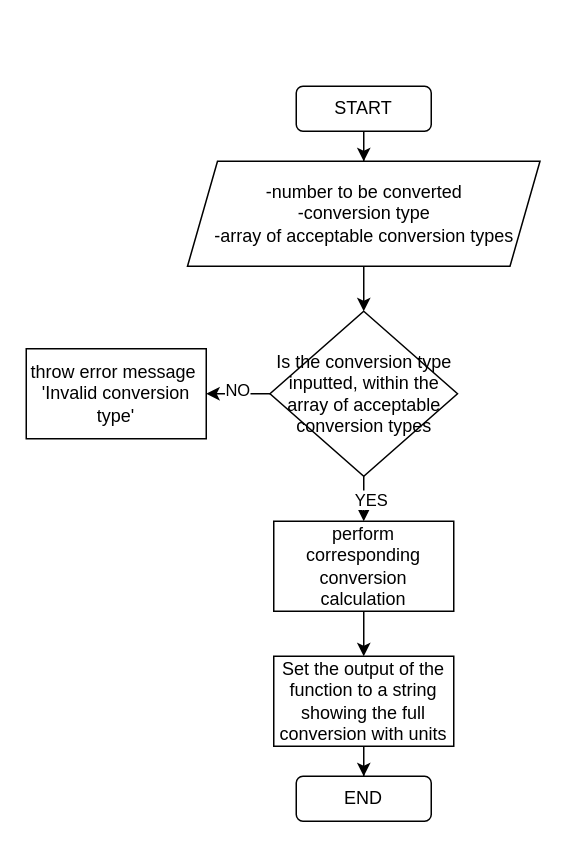
ShhhhTheBaby/draw.io keeps this draw.io diagram as unitconverterFunction.drawio. Above is the earlier version. Source tidied: cells renumbered, new cells numbered last; positions are measured from the earlier drawing's top-left corner, leaving out a move shared by most shapes. Both pictures are drawn from the tidied source at 150%, with x=0, y=0 at pixel (26, 86).
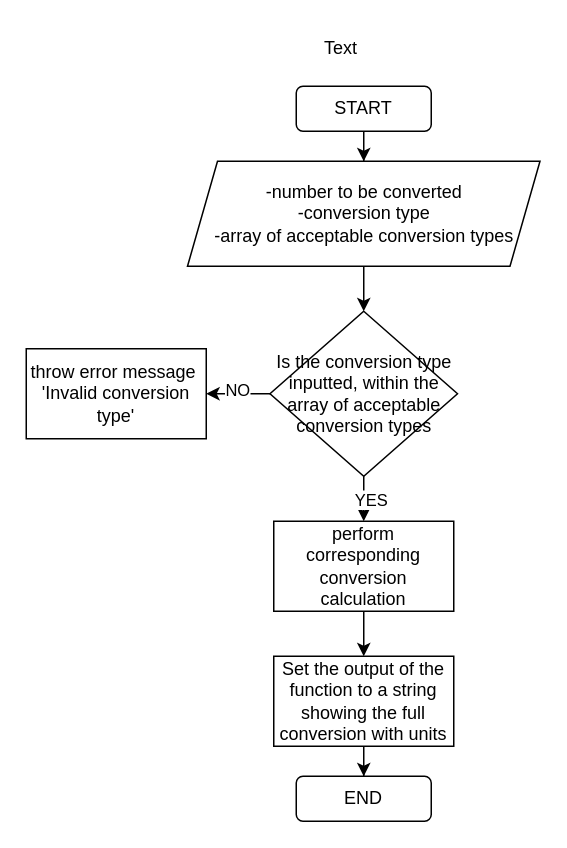
The same page after the edit.

What changed in the source:
```diff
@@
 <mxGraphModel>
   <root>
     <mxCell id="0" />
     <mxCell id="1" parent="0" />
     <mxCell id="2" style="edgeStyle=orthogonalEdgeStyle;rounded=0;jettySize=auto;html=1;" parent="1" edge="1" source="3">
       <mxGeometry relative="1" as="geometry">
         <mxPoint x="225" y="150" as="targetPoint" />
       </mxGeometry>
     </mxCell>
     <mxCell id="3" value="-number to be converted&lt;div&gt;-conversion type&lt;/div&gt;&lt;div&gt;-array of acceptable conversion types&lt;/div&gt;" style="shape=parallelogram;perimeter=parallelogramPerimeter;whiteSpace=wrap;html=1;fixedSize=1;" parent="1" vertex="1">
       <mxGeometry x="107.5" y="50" width="235" height="70" as="geometry" />
     </mxCell>
     <mxCell id="4" style="edgeStyle=orthogonalEdgeStyle;rounded=0;jettySize=auto;html=1;" parent="1" edge="1" source="5" target="3">
       <mxGeometry relative="1" as="geometry" />
     </mxCell>
     <mxCell id="5" value="START" style="rounded=1;whiteSpace=wrap;html=1;" parent="1" vertex="1">
       <mxGeometry x="180" width="90" height="30" as="geometry" />
     </mxCell>
     <mxCell id="6" style="edgeStyle=orthogonalEdgeStyle;rounded=0;jettySize=auto;html=1;" parent="1" edge="1" source="10" target="11">
       <mxGeometry relative="1" as="geometry" />
     </mxCell>
     <mxCell id="7" value="NO" style="edgeLabel;html=1;align=center;verticalAlign=middle;" parent="6" vertex="1">
       <mxGeometry x="0.03" y="-3" relative="1" as="geometry" />
     </mxCell>
     <mxCell id="8" style="edgeStyle=orthogonalEdgeStyle;rounded=0;jettySize=auto;html=1;" parent="1" edge="1" source="10" target="13">
       <mxGeometry relative="1" as="geometry" />
     </mxCell>
     <mxCell id="9" value="YES" style="edgeLabel;html=1;align=center;verticalAlign=middle;" parent="8" vertex="1">
       <mxGeometry y="-4" relative="1" as="geometry" />
     </mxCell>
     <mxCell id="10" value="Is the conversion type inputted, within the array of acceptable conversion types" style="rhombus;whiteSpace=wrap;html=1;" parent="1" vertex="1">
       <mxGeometry x="162.5" y="150" width="125" height="110" as="geometry" />
     </mxCell>
     <mxCell id="11" value="throw error message&amp;nbsp;&lt;div&gt;'Invalid conversion type'&lt;/div&gt;" style="whiteSpace=wrap;html=1;" parent="1" vertex="1">
       <mxGeometry y="175" width="120" height="60" as="geometry" />
     </mxCell>
     <mxCell id="12" style="edgeStyle=orthogonalEdgeStyle;rounded=0;jettySize=auto;html=1;" parent="1" edge="1" source="13" target="15">
       <mxGeometry relative="1" as="geometry" />
     </mxCell>
     <mxCell id="13" value="perform corresponding conversion calculation" style="whiteSpace=wrap;html=1;" parent="1" vertex="1">
       <mxGeometry x="165" y="290" width="120" height="60" as="geometry" />
     </mxCell>
     <mxCell id="14" style="edgeStyle=orthogonalEdgeStyle;rounded=0;jettySize=auto;html=1;" parent="1" edge="1" source="15" target="16">
       <mxGeometry relative="1" as="geometry" />
     </mxCell>
     <mxCell id="15" value="Set the output of the function to a string showing the full conversion with units" style="whiteSpace=wrap;html=1;" parent="1" vertex="1">
       <mxGeometry x="165" y="380" width="120" height="60" as="geometry" />
     </mxCell>
     <mxCell id="16" value="END" style="rounded=1;whiteSpace=wrap;html=1;" parent="1" vertex="1">
       <mxGeometry x="180" y="460" width="90" height="30" as="geometry" />
     </mxCell>
+    <mxCell id="17" value="Text" style="text;html=1;align=center;verticalAlign=middle;whiteSpace=wrap;rounded=0;" parent="1" vertex="1">
+      <mxGeometry x="180" y="-40" width="60" height="30" as="geometry" />
+    </mxCell>
   </root>
 </mxGraphModel>
```
